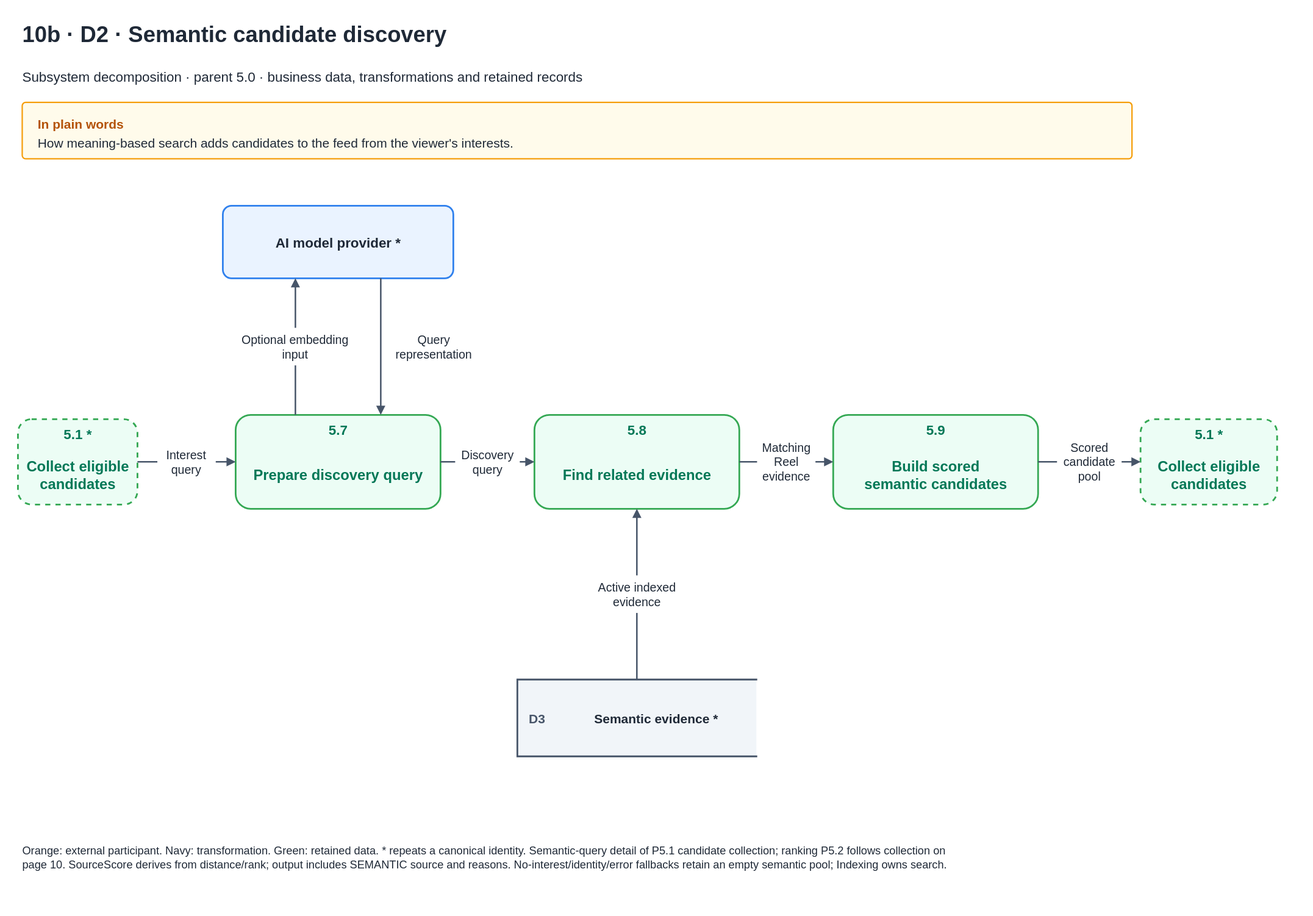
The draw.io diagram docs/diagrams/velora-current/importable-svg/10b-dfd-semantic-candidates.drawio.svg in HieuCuteDangYeu/velora-backend, before a commit. Source tidied: cells renumbered, new cells last; positions are measured from the earlier drawing's top-left corner, leaving out a move shared by most shapes.
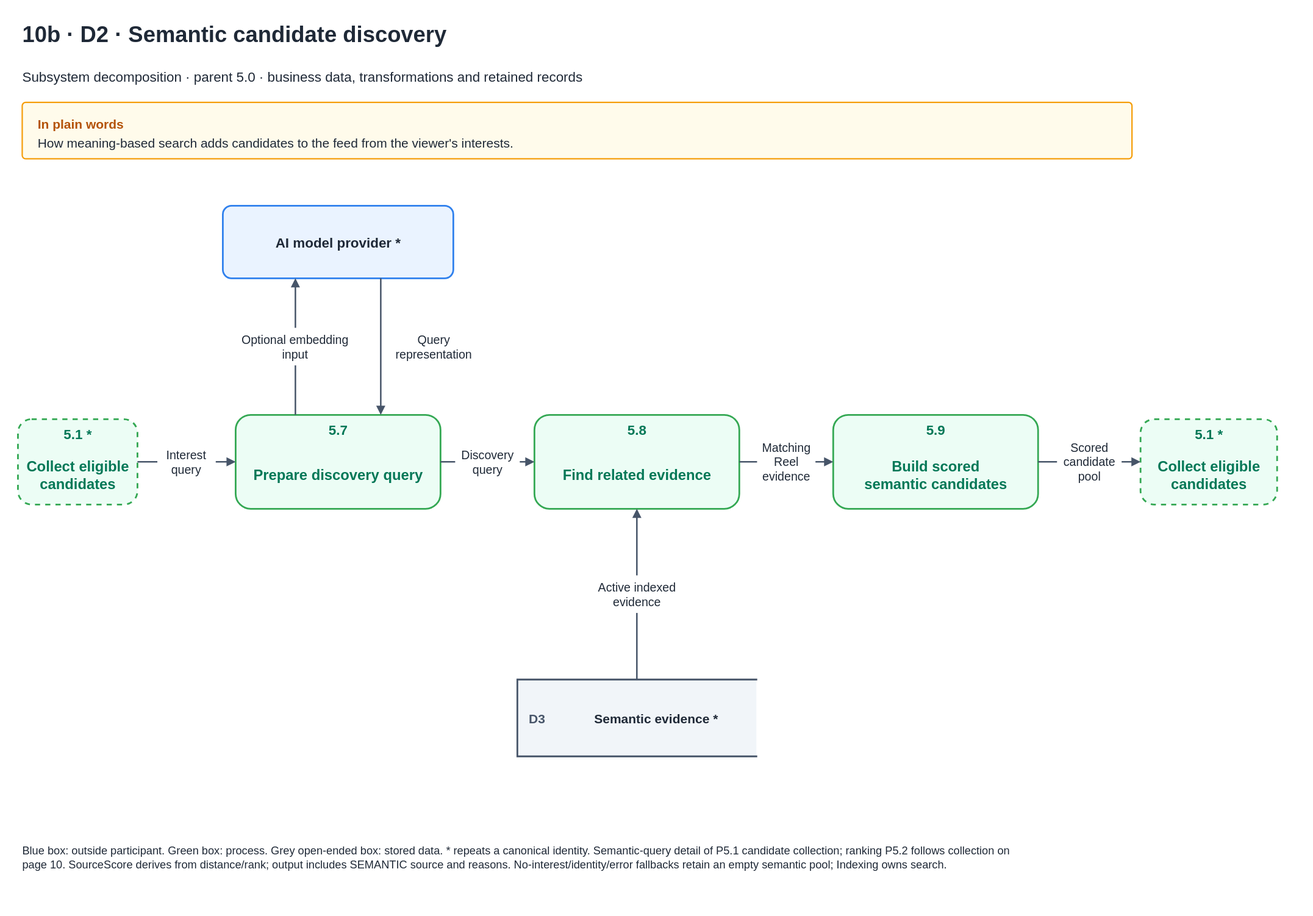
The same diagram one commit later.

Commit message:
docs(diagrams): remove a stray label on the context DFD and untangle the identity ER page

What changed in the source:
```diff
@@ -137,7 +137,7 @@
     <mxCell id="46" value="Active indexed&lt;br&gt;evidence" style="text;html=1;whiteSpace=wrap;fontFamily=Helvetica;fontSize=14;fontColor=#1F2937;fontStyle=0;align=center;verticalAlign=middle;spacing=0;" parent="1" vertex="1">
       <mxGeometry x="668.9" y="654" width="112.2" height="44" as="geometry" />
     </mxCell>
-    <mxCell id="47" value="Orange: external participant. Navy: transformation. Green: retained data. * repeats a canonical identity. Semantic-query detail of P5.1 candidate collection; ranking P5.2 follows collection on&lt;br&gt;page 10. SourceScore derives from distance/rank; output includes SEMANTIC source and reasons. No-interest/identity/error fallbacks retain an empty semantic pool; Indexing owns search." style="text;html=1;whiteSpace=wrap;fontFamily=Helvetica;fontSize=13;fontColor=#1F2937;fontStyle=0;align=left;verticalAlign=middle;spacing=0;" parent="1" vertex="1">
+    <mxCell id="47" value="Blue box: outside participant. Green box: process. Grey open-ended box: stored data. * repeats a canonical identity. Semantic-query detail of P5.1 candidate collection; ranking P5.2 follows collection on&lt;br&gt;page 10. SourceScore derives from distance/rank; output includes SEMANTIC source and reasons. No-interest/identity/error fallbacks retain an empty semantic pool; Indexing owns search." style="text;html=1;whiteSpace=wrap;fontFamily=Helvetica;fontSize=13;fontColor=#1F2937;fontStyle=0;align=left;verticalAlign=middle;spacing=0;" parent="1" vertex="1">
       <mxGeometry x="5" y="956" width="1460" height="56" as="geometry" />
     </mxCell>
   </root>
```
